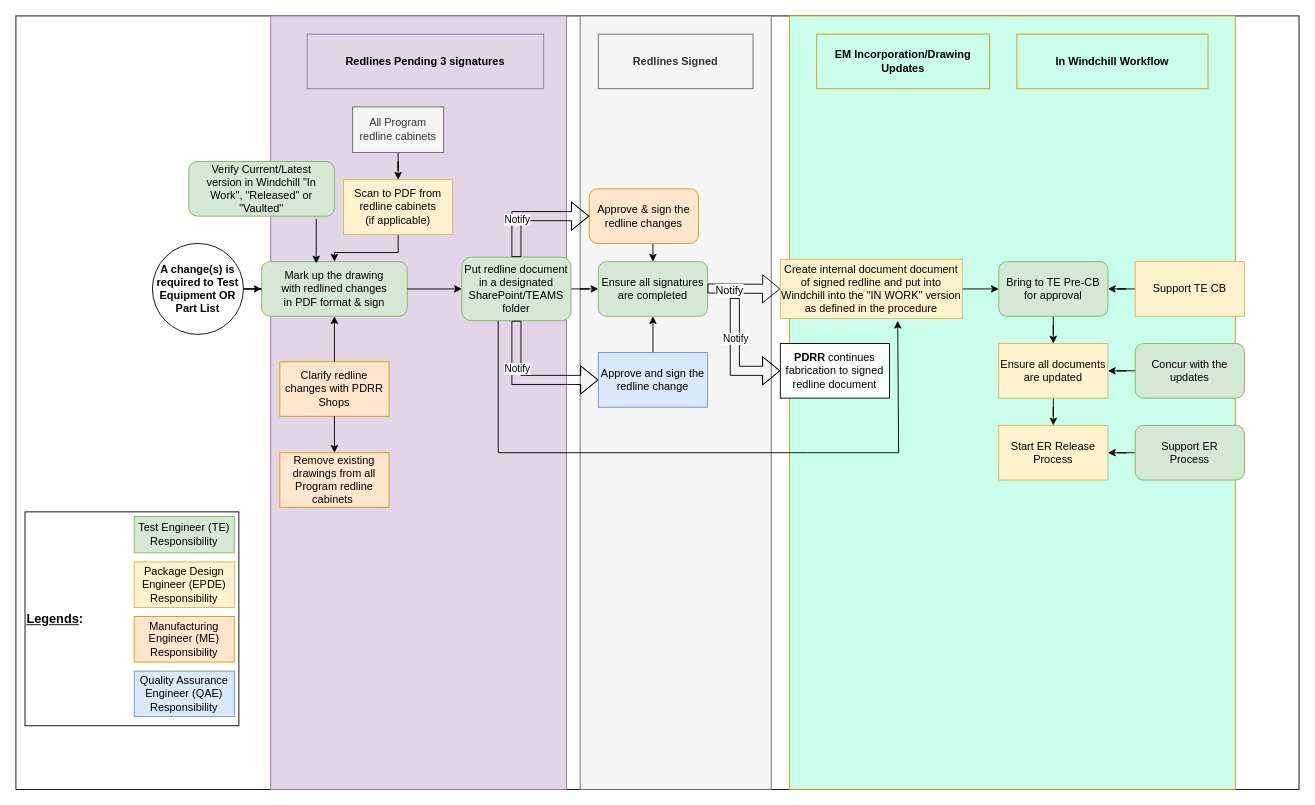
The draw.io diagram Untitled Diagram.drawio in lnguyen921/UTA, before the edit. Source tidied: cells renumbered, new cells numbered last; positions are measured from the earlier drawing's top-left corner, leaving out a move shared by most shapes. Both pictures are drawn from the tidied source at 91%, with x=0, y=0 at pixel (15, 15).
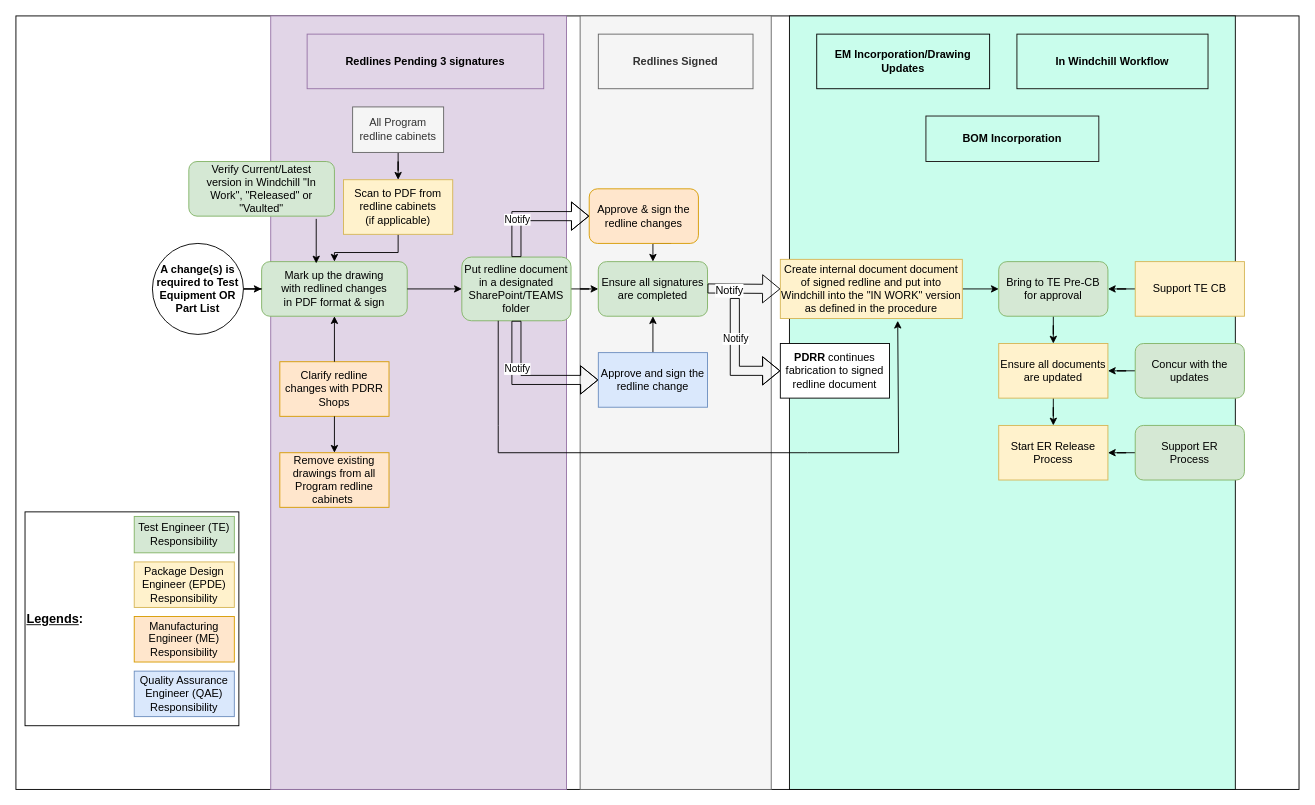
The same page after the edit.

Diff of the diagram source:
```diff
@@
-    <mxCell id="3" style="rounded=0;whiteSpace=wrap;html=1;fillColor=#C9FDEC;strokeColor=#d79b00;" parent="1" vertex="1">
+    <mxCell id="3" style="rounded=0;whiteSpace=wrap;html=1;fillColor=#c9fdec;strokeColor=#030302;" parent="1" vertex="1">
       <mxGeometry x="850" width="490" height="850" as="geometry" />
     </mxCell>
@@
-    <mxCell id="57" value="&lt;b&gt;EM Incorporation/Drawing Updates&lt;/b&gt;" style="rounded=0;whiteSpace=wrap;html=1;fillColor=#C9FDEC;strokeColor=#d79b00;" parent="1" vertex="1">
+    <mxCell id="57" value="&lt;b&gt;EM Incorporation/Drawing Updates&lt;/b&gt;" style="rounded=0;whiteSpace=wrap;html=1;fillColor=#C9FDEC;strokeColor=#000000;" parent="1" vertex="1">
       <mxGeometry x="880" y="20" width="190" height="60" as="geometry" />
     </mxCell>
-    <mxCell id="58" value="&lt;b&gt;In Windchill Workflow&lt;/b&gt;" style="rounded=0;whiteSpace=wrap;html=1;fillColor=#C9FDEC;strokeColor=#d79b00;" parent="1" vertex="1">
+    <mxCell id="58" value="&lt;b&gt;In Windchill Workflow&lt;/b&gt;" style="rounded=0;whiteSpace=wrap;html=1;fillColor=#C9FDEC;strokeColor=#100e0a;" parent="1" vertex="1">
       <mxGeometry x="1100" y="20" width="210" height="60" as="geometry" />
     </mxCell>
+    <mxCell id="59" value="&lt;b&gt;BOM Incorporation&lt;/b&gt;" style="rounded=0;whiteSpace=wrap;html=1;gradientColor=none;fillColor=#c9fdec;strokeColor=#171111;" parent="1" vertex="1">
+      <mxGeometry x="1000" y="110" width="190" height="50" as="geometry" />
+    </mxCell>
```
